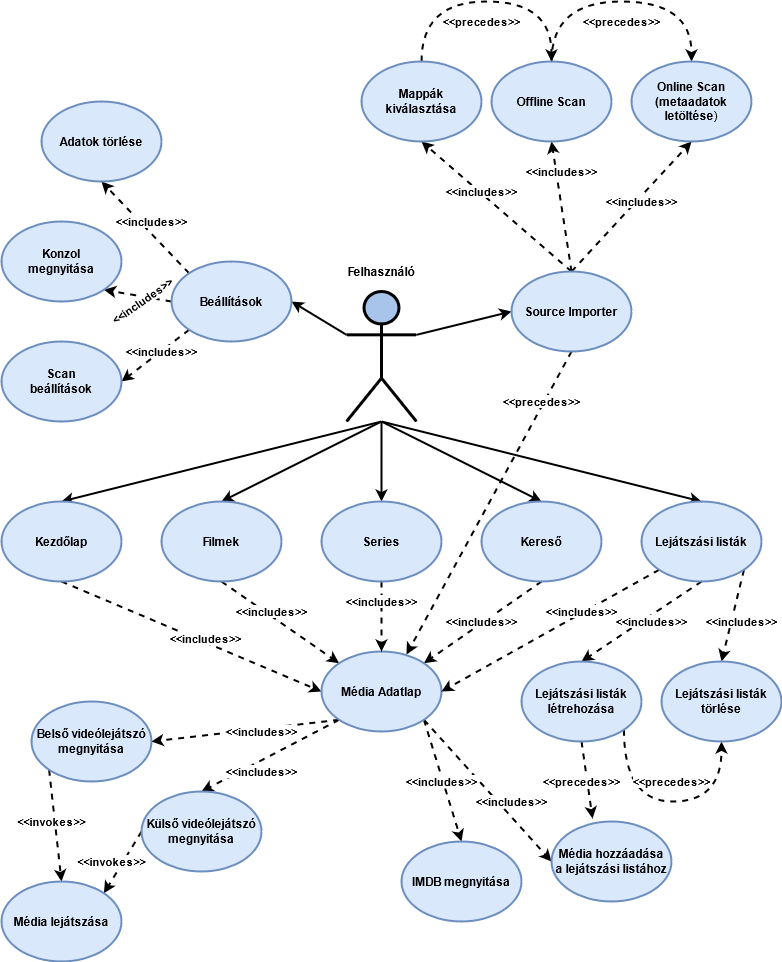
TMD44/mvp keeps this draw.io diagram as docs/latex/images/use_case_diagram.png. Above is the earlier version. Source tidied: cells renumbered, new cells last; positions are measured from the earlier drawing's top-left corner, leaving out a move shared by most shapes.
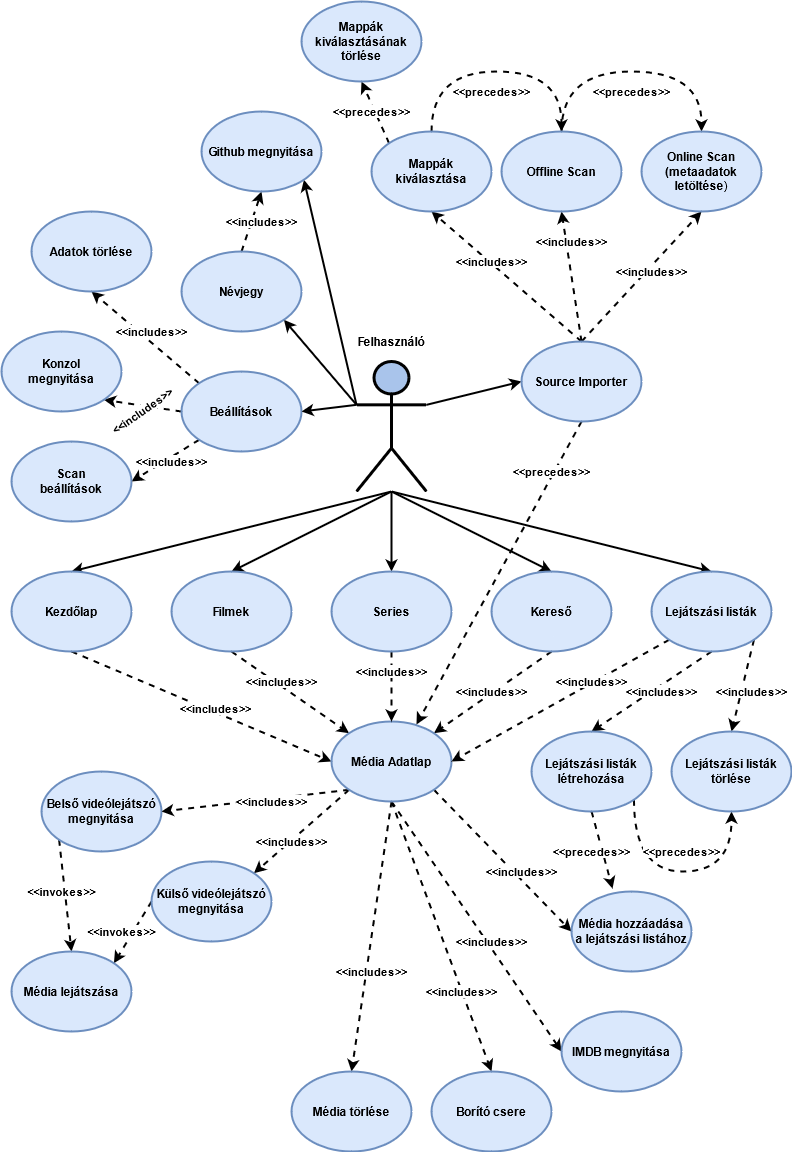
Later version of the same file.

Change to the diagram source:
```diff
@@ -26,6 +26,12 @@
     <mxCell id="7" style="edgeStyle=none;rounded=0;jettySize=auto;html=1;exitX=0;exitY=0.3333333333333333;exitDx=0;exitDy=0;exitPerimeter=0;entryX=1;entryY=0.5;entryDx=0;entryDy=0;strokeWidth=2;" parent="1" edge="1" source="8" target="15">
       <mxGeometry relative="1" as="geometry" />
     </mxCell>
+    <mxCell id="80" style="rounded=0;jettySize=auto;html=1;exitX=0;exitY=0.3333333333333333;exitDx=0;exitDy=0;exitPerimeter=0;entryX=1;entryY=1;entryDx=0;entryDy=0;strokeWidth=2;" parent="1" edge="1" source="8" target="90">
+      <mxGeometry relative="1" as="geometry" />
+    </mxCell>
+    <mxCell id="81" style="edgeStyle=none;rounded=0;jettySize=auto;html=1;exitX=0;exitY=0.3333333333333333;exitDx=0;exitDy=0;exitPerimeter=0;entryX=1;entryY=1;entryDx=0;entryDy=0;strokeWidth=2;" parent="1" edge="1" source="8" target="91">
+      <mxGeometry relative="1" as="geometry" />
+    </mxCell>
     <mxCell id="8" style="shape=umlActor;verticalLabelPosition=bottom;verticalAlign=top;html=1;outlineConnect=0;strokeWidth=3;fillColor=#A9C4EB;sketch=0;shadow=0;" parent="1" vertex="1">
       <mxGeometry x="345" y="290" width="70" height="130" as="geometry" />
     </mxCell>
@@ -50,7 +56,7 @@
       <mxGeometry relative="1" as="geometry" />
     </mxCell>
     <mxCell id="15" value="&lt;b&gt;Beállítások&lt;/b&gt;" style="ellipse;whiteSpace=wrap;html=1;strokeWidth=2;fillColor=#dae8fc;strokeColor=#6c8ebf;" parent="1" vertex="1">
-      <mxGeometry x="170" y="260" width="120" height="80" as="geometry" />
+      <mxGeometry x="170" y="300" width="120" height="80" as="geometry" />
     </mxCell>
     <mxCell id="16" style="edgeStyle=none;rounded=0;jettySize=auto;html=1;strokeWidth=2;entryX=0.5;entryY=0;entryDx=0;entryDy=0;" parent="1" edge="1" target="18">
       <mxGeometry relative="1" as="geometry">
@@ -87,15 +93,21 @@
     <mxCell id="26" style="edgeStyle=none;rounded=0;jettySize=auto;html=1;exitX=0;exitY=1;exitDx=0;exitDy=0;entryX=1;entryY=0.5;entryDx=0;entryDy=0;strokeWidth=2;dashed=1;" parent="1" edge="1" source="30" target="33">
       <mxGeometry relative="1" as="geometry" />
     </mxCell>
-    <mxCell id="27" style="edgeStyle=none;rounded=0;jettySize=auto;html=1;exitX=0;exitY=1;exitDx=0;exitDy=0;entryX=0.5;entryY=0;entryDx=0;entryDy=0;strokeWidth=2;dashed=1;" parent="1" edge="1" source="30" target="35">
+    <mxCell id="27" style="edgeStyle=none;rounded=0;jettySize=auto;html=1;exitX=0;exitY=1;exitDx=0;exitDy=0;entryX=1;entryY=0;entryDx=0;entryDy=0;strokeWidth=2;dashed=1;" parent="1" edge="1" source="30" target="35">
       <mxGeometry relative="1" as="geometry" />
     </mxCell>
-    <mxCell id="28" style="edgeStyle=none;rounded=0;jettySize=auto;html=1;exitX=1;exitY=1;exitDx=0;exitDy=0;dashed=1;strokeWidth=2;entryX=0.5;entryY=0;entryDx=0;entryDy=0;" parent="1" edge="1" source="30" target="49">
+    <mxCell id="28" style="edgeStyle=none;rounded=0;jettySize=auto;html=1;exitX=0.5;exitY=1;exitDx=0;exitDy=0;dashed=1;strokeWidth=2;entryX=0;entryY=0.5;entryDx=0;entryDy=0;" parent="1" edge="1" source="30" target="49">
       <mxGeometry relative="1" as="geometry" />
     </mxCell>
     <mxCell id="29" style="edgeStyle=none;rounded=0;jettySize=auto;html=1;exitX=1;exitY=1;exitDx=0;exitDy=0;entryX=0;entryY=0.5;entryDx=0;entryDy=0;dashed=1;strokeWidth=2;" parent="1" edge="1" source="30" target="50">
       <mxGeometry relative="1" as="geometry" />
     </mxCell>
+    <mxCell id="82" style="rounded=0;jettySize=auto;html=1;exitX=0.5;exitY=1;exitDx=0;exitDy=0;entryX=0.5;entryY=0;entryDx=0;entryDy=0;strokeWidth=2;dashed=1;" parent="1" edge="1" source="30" target="85">
+      <mxGeometry relative="1" as="geometry" />
+    </mxCell>
+    <mxCell id="83" style="edgeStyle=none;rounded=0;jettySize=auto;html=1;exitX=0.5;exitY=1;exitDx=0;exitDy=0;entryX=0.5;entryY=0;entryDx=0;entryDy=0;dashed=1;strokeWidth=2;" parent="1" edge="1" source="30" target="87">
+      <mxGeometry relative="1" as="geometry" />
+    </mxCell>
     <mxCell id="30" value="&lt;b&gt;Média Adatlap&lt;/b&gt;" style="ellipse;whiteSpace=wrap;html=1;strokeWidth=2;fillColor=#dae8fc;strokeColor=#6c8ebf;" parent="1" vertex="1">
       <mxGeometry x="320" y="650" width="120" height="80" as="geometry" />
     </mxCell>
@@ -121,7 +133,7 @@
       <mxGeometry x="480" y="620" as="geometry" />
     </mxCell>
     <mxCell id="38" value="&lt;b&gt;&amp;lt;&amp;lt;includes&amp;gt;&amp;gt;&lt;/b&gt;" style="edgeLabel;html=1;align=center;verticalAlign=middle;" parent="1" vertex="1">
-      <mxGeometry x="260" y="770" as="geometry" />
+      <mxGeometry x="280" y="770" as="geometry" />
     </mxCell>
     <mxCell id="39" value="&lt;b&gt;&amp;lt;&amp;lt;includes&amp;gt;&amp;gt;&lt;/b&gt;" style="edgeLabel;html=1;align=center;verticalAlign=middle;" parent="1" vertex="1">
       <mxGeometry x="260" y="730" as="geometry" />
@@ -159,16 +171,16 @@
       <mxGeometry x="660" y="660" width="120" height="80" as="geometry" />
     </mxCell>
     <mxCell id="49" value="&lt;b&gt;IMDB megnyitása&lt;/b&gt;" style="ellipse;whiteSpace=wrap;html=1;strokeWidth=2;fillColor=#dae8fc;strokeColor=#6c8ebf;" parent="1" vertex="1">
-      <mxGeometry x="400" y="840" width="120" height="80" as="geometry" />
+      <mxGeometry x="550" y="940" width="120" height="80" as="geometry" />
     </mxCell>
     <mxCell id="50" value="&lt;div&gt;&lt;b&gt;Média hozzáadása&lt;/b&gt;&lt;/div&gt;&lt;div&gt;&lt;b&gt;a lejátszási listához&lt;br&gt; &lt;/b&gt;&lt;/div&gt;" style="ellipse;whiteSpace=wrap;html=1;strokeWidth=2;fillColor=#dae8fc;strokeColor=#6c8ebf;" parent="1" vertex="1">
-      <mxGeometry x="550" y="820" width="120" height="80" as="geometry" />
+      <mxGeometry x="560" y="820" width="120" height="80" as="geometry" />
     </mxCell>
     <mxCell id="51" value="&lt;b&gt;&amp;lt;&amp;lt;includes&amp;gt;&amp;gt;&lt;/b&gt;" style="edgeLabel;html=1;align=center;verticalAlign=middle;" parent="1" vertex="1">
       <mxGeometry x="510" y="800" as="geometry" />
     </mxCell>
     <mxCell id="52" value="&lt;b&gt;&amp;lt;&amp;lt;includes&amp;gt;&amp;gt;&lt;/b&gt;" style="edgeLabel;html=1;align=center;verticalAlign=middle;" parent="1" vertex="1">
-      <mxGeometry x="440" y="780" as="geometry" />
+      <mxGeometry x="480" y="870" as="geometry" />
     </mxCell>
     <mxCell id="53" style="edgeStyle=orthogonalEdgeStyle;curved=1;rounded=0;jettySize=auto;html=1;exitX=0.5;exitY=0;exitDx=0;exitDy=0;entryX=0.5;entryY=0;entryDx=0;entryDy=0;dashed=1;strokeWidth=2;" parent="1" edge="1" source="54" target="56">
       <mxGeometry relative="1" as="geometry">
@@ -178,6 +190,9 @@
         </Array>
       </mxGeometry>
     </mxCell>
+    <mxCell id="84" style="edgeStyle=none;rounded=0;jettySize=auto;html=1;exitX=0;exitY=0;exitDx=0;exitDy=0;dashed=1;strokeWidth=2;entryX=0.5;entryY=1;entryDx=0;entryDy=0;" parent="1" edge="1" source="54" target="93">
+      <mxGeometry relative="1" as="geometry" />
+    </mxCell>
     <mxCell id="54" value="&lt;div&gt;&lt;b&gt;Mappák&lt;/b&gt;&lt;/div&gt;&lt;div&gt;&lt;b&gt;kiválasztása&lt;/b&gt;&lt;/div&gt;" style="ellipse;whiteSpace=wrap;html=1;strokeWidth=2;fillColor=#dae8fc;strokeColor=#6c8ebf;" parent="1" vertex="1">
       <mxGeometry x="360" y="60" width="120" height="80" as="geometry" />
     </mxCell>
@@ -214,22 +229,22 @@
       <mxGeometry x="380" y="600" as="geometry" />
     </mxCell>
     <mxCell id="64" value="&lt;b&gt;Adatok törlése&lt;/b&gt;" style="ellipse;whiteSpace=wrap;html=1;strokeWidth=2;fillColor=#dae8fc;strokeColor=#6c8ebf;" parent="1" vertex="1">
-      <mxGeometry x="40" y="100" width="120" height="80" as="geometry" />
+      <mxGeometry x="20" y="140" width="120" height="80" as="geometry" />
     </mxCell>
     <mxCell id="65" value="&lt;div&gt;&lt;b&gt;Konzol&lt;/b&gt;&lt;/div&gt;&lt;div&gt;&lt;b&gt;megnyitása&lt;/b&gt;&lt;/div&gt;" style="ellipse;whiteSpace=wrap;html=1;strokeWidth=2;fillColor=#dae8fc;strokeColor=#6c8ebf;" parent="1" vertex="1">
-      <mxGeometry y="220" width="120" height="80" as="geometry" />
+      <mxGeometry x="-10" y="260" width="120" height="80" as="geometry" />
     </mxCell>
     <mxCell id="66" value="&lt;div&gt;&lt;b&gt;Scan&lt;/b&gt;&lt;/div&gt;&lt;div&gt;&lt;b&gt;beállítások&lt;/b&gt;&lt;/div&gt;" style="ellipse;whiteSpace=wrap;html=1;strokeWidth=2;fillColor=#dae8fc;strokeColor=#6c8ebf;" parent="1" vertex="1">
-      <mxGeometry y="340" width="120" height="80" as="geometry" />
+      <mxGeometry y="370" width="120" height="80" as="geometry" />
     </mxCell>
     <mxCell id="67" value="&lt;b&gt;&amp;lt;&amp;lt;includes&amp;gt;&amp;gt;&lt;/b&gt;" style="edgeLabel;html=1;align=center;verticalAlign=middle;" parent="1" vertex="1">
-      <mxGeometry x="150" y="220" as="geometry" />
+      <mxGeometry x="140" y="260" as="geometry" />
     </mxCell>
     <mxCell id="68" value="&lt;b&gt;&amp;lt;&amp;lt;includes&amp;gt;&amp;gt;&lt;/b&gt;" style="edgeLabel;html=1;align=center;verticalAlign=middle;rotation=-35;" parent="1" vertex="1">
-      <mxGeometry x="140" y="300" as="geometry" />
+      <mxGeometry x="130" y="340" as="geometry" />
     </mxCell>
     <mxCell id="69" value="&lt;b&gt;&amp;lt;&amp;lt;includes&amp;gt;&amp;gt;&lt;/b&gt;" style="edgeLabel;html=1;align=center;verticalAlign=middle;" parent="1" vertex="1">
-      <mxGeometry x="160" y="350" as="geometry" />
+      <mxGeometry x="160" y="390" as="geometry" />
     </mxCell>
     <mxCell id="70" value="&lt;b&gt;Média lejátszása&lt;/b&gt;" style="ellipse;whiteSpace=wrap;html=1;strokeWidth=2;fillColor=#dae8fc;strokeColor=#6c8ebf;" parent="1" vertex="1">
       <mxGeometry y="880" width="120" height="80" as="geometry" />
@@ -261,5 +276,35 @@
     <mxCell id="79" value="&lt;b&gt;&amp;lt;&amp;lt;precedes&amp;gt;&amp;gt;&lt;/b&gt;" style="edgeLabel;html=1;align=center;verticalAlign=middle;" parent="1" vertex="1">
       <mxGeometry x="480" y="20" as="geometry" />
     </mxCell>
+    <mxCell id="85" value="&lt;b&gt;Borító csere&lt;/b&gt;" style="ellipse;whiteSpace=wrap;html=1;strokeWidth=2;fillColor=#dae8fc;strokeColor=#6c8ebf;" parent="1" vertex="1">
+      <mxGeometry x="420" y="1000" width="120" height="80" as="geometry" />
+    </mxCell>
+    <mxCell id="86" value="&lt;b&gt;&amp;lt;&amp;lt;includes&amp;gt;&amp;gt;&lt;/b&gt;" style="edgeLabel;html=1;align=center;verticalAlign=middle;" parent="1" vertex="1">
+      <mxGeometry x="450" y="920" as="geometry" />
+    </mxCell>
+    <mxCell id="87" value="&lt;b&gt;Média törlése&lt;/b&gt;" style="ellipse;whiteSpace=wrap;html=1;strokeWidth=2;fillColor=#dae8fc;strokeColor=#6c8ebf;" parent="1" vertex="1">
+      <mxGeometry x="280" y="1000" width="120" height="80" as="geometry" />
+    </mxCell>
+    <mxCell id="88" value="&lt;b&gt;&amp;lt;&amp;lt;includes&amp;gt;&amp;gt;&lt;/b&gt;" style="edgeLabel;html=1;align=center;verticalAlign=middle;" parent="1" vertex="1">
+      <mxGeometry x="360" y="900" as="geometry" />
+    </mxCell>
+    <mxCell id="89" style="edgeStyle=none;rounded=0;jettySize=auto;html=1;exitX=0.5;exitY=0;exitDx=0;exitDy=0;entryX=0.5;entryY=1;entryDx=0;entryDy=0;strokeWidth=2;dashed=1;" parent="1" edge="1" source="90" target="91">
+      <mxGeometry relative="1" as="geometry" />
+    </mxCell>
+    <mxCell id="90" value="&lt;b&gt;Névjegy&lt;/b&gt;" style="ellipse;whiteSpace=wrap;html=1;strokeWidth=2;fillColor=#dae8fc;strokeColor=#6c8ebf;" parent="1" vertex="1">
+      <mxGeometry x="170" y="180" width="120" height="80" as="geometry" />
+    </mxCell>
+    <mxCell id="91" value="&lt;b&gt;Github megnyitása&lt;/b&gt;" style="ellipse;whiteSpace=wrap;html=1;strokeWidth=2;fillColor=#dae8fc;strokeColor=#6c8ebf;" parent="1" vertex="1">
+      <mxGeometry x="190" y="40" width="120" height="80" as="geometry" />
+    </mxCell>
+    <mxCell id="92" value="&lt;b&gt;&amp;lt;&amp;lt;includes&amp;gt;&amp;gt;&lt;/b&gt;" style="edgeLabel;html=1;align=center;verticalAlign=middle;" parent="1" vertex="1">
+      <mxGeometry x="250" y="150" as="geometry" />
+    </mxCell>
+    <mxCell id="93" value="&lt;b&gt;Mappák kiválasztásának törlése&lt;/b&gt;" style="ellipse;whiteSpace=wrap;html=1;strokeWidth=2;fillColor=#dae8fc;strokeColor=#6c8ebf;" parent="1" vertex="1">
+      <mxGeometry x="290" y="-70" width="120" height="80" as="geometry" />
+    </mxCell>
+    <mxCell id="94" value="&lt;b&gt;&amp;lt;&amp;lt;precedes&amp;gt;&amp;gt;&lt;/b&gt;" style="edgeLabel;html=1;align=center;verticalAlign=middle;" parent="1" vertex="1">
+      <mxGeometry x="360" y="40" as="geometry" />
+    </mxCell>
   </root>
 </mxGraphModel>
```
